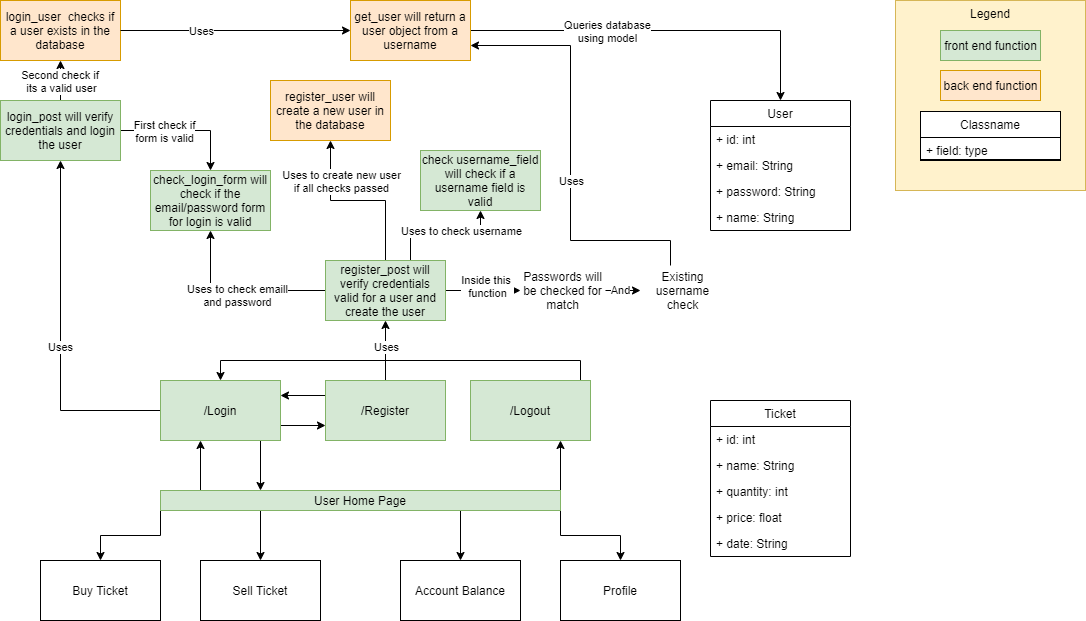
awebsters/SeetGeak-Quality-Assurance-Example keeps this draw.io diagram as Design_Diagram.png. Above is the earlier version. Source tidied: cells renumbered, new cells last; positions are measured from the earlier drawing's top-left corner, leaving out a move shared by most shapes.
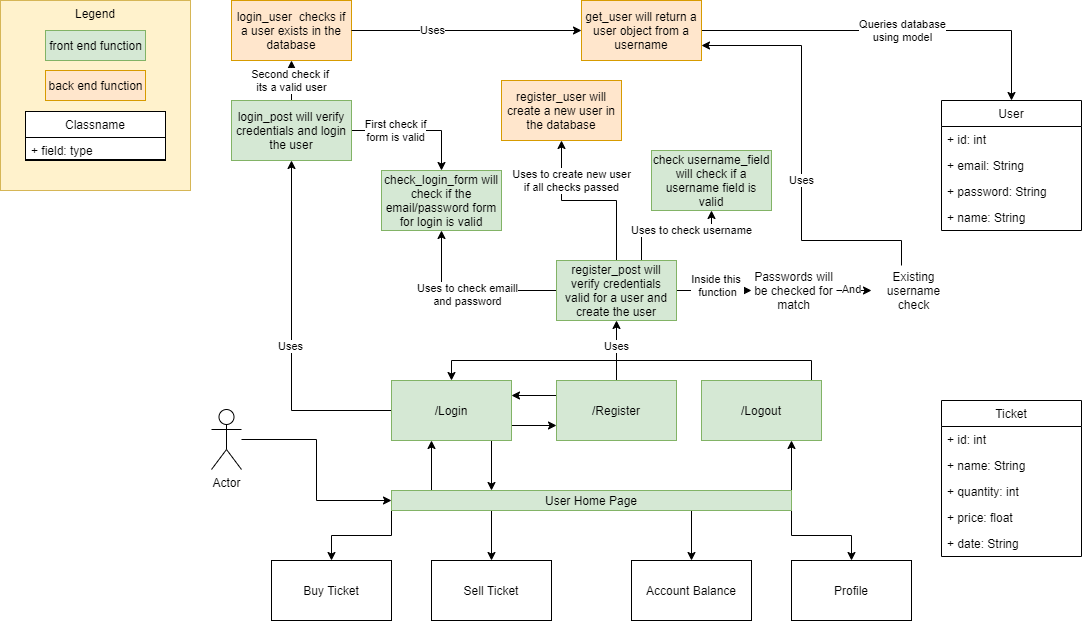
The same file after the commit.

Commit message:
rearranging format

Change to the diagram source:
```diff
@@ -3,10 +3,10 @@
     <mxCell id="0" />
     <mxCell id="1" parent="0" />
     <mxCell id="2" value="Legend" style="rounded=0;whiteSpace=wrap;html=1;fillColor=#fff2cc;strokeColor=#d6b656;verticalAlign=top;" parent="1" vertex="1">
-      <mxGeometry x="895" width="190" height="190" as="geometry" />
+      <mxGeometry x="-231" width="190" height="190" as="geometry" />
     </mxCell>
     <mxCell id="3" style="html=1;" parent="1" vertex="1">
-      <mxGeometry x="920" y="111" width="140" height="49" as="geometry" />
+      <mxGeometry x="-206" y="111" width="140" height="49" as="geometry" />
     </mxCell>
     <mxCell id="4" style="edgeStyle=orthogonalEdgeStyle;rounded=0;jettySize=auto;html=1;exitX=0.25;exitY=0;exitDx=0;exitDy=0;" parent="1" edge="1" source="10" target="15">
       <mxGeometry relative="1" as="geometry">
@@ -123,7 +123,7 @@
     </mxCell>
     <mxCell id="32" value="Queries database&lt;br&gt;using model" style="edgeLabel;html=1;align=center;verticalAlign=middle;" parent="31" vertex="1">
       <mxGeometry x="-0.28" y="4" relative="1" as="geometry">
-        <mxPoint y="4" as="offset" />
+        <mxPoint x="64" y="4" as="offset" />
       </mxGeometry>
     </mxCell>
     <mxCell id="33" value="login_user&amp;nbsp; checks if a user exists in the database" style="rounded=0;whiteSpace=wrap;html=1;fillColor=#ffe6cc;strokeColor=#d79b00;" parent="1" vertex="1">
@@ -177,13 +177,13 @@
       <mxGeometry y="130" width="140" height="26" as="geometry" />
     </mxCell>
     <mxCell id="49" value="front end function" style="html=1;fillColor=#d5e8d4;strokeColor=#82b366;" parent="1" vertex="1">
-      <mxGeometry x="940" y="30" width="100" height="30" as="geometry" />
+      <mxGeometry x="-186" y="30" width="100" height="30" as="geometry" />
     </mxCell>
     <mxCell id="50" value="back end function" style="html=1;fillColor=#ffe6cc;strokeColor=#d79b00;" parent="1" vertex="1">
-      <mxGeometry x="940" y="70" width="100" height="30" as="geometry" />
+      <mxGeometry x="-186" y="70" width="100" height="30" as="geometry" />
     </mxCell>
     <mxCell id="51" value="Classname" style="swimlane;fontStyle=0;horizontal=1;startSize=26;fillColor=none;" parent="1" vertex="1">
-      <mxGeometry x="920" y="111" width="140" height="48" as="geometry" />
+      <mxGeometry x="-206" y="111" width="140" height="48" as="geometry" />
     </mxCell>
     <mxCell id="52" value="+ field: type" style="text;align=left;verticalAlign=top;spacingLeft=4;spacingRight=4;overflow=hidden;fillColor=none;" parent="51" vertex="1">
       <mxGeometry y="26" width="140" height="22" as="geometry" />
@@ -260,5 +260,11 @@
     <mxCell id="69" value="register_user will create a new user in the database" style="rounded=0;whiteSpace=wrap;html=1;fillColor=#ffe6cc;strokeColor=#d79b00;" parent="1" vertex="1">
       <mxGeometry x="270" y="80" width="120" height="60" as="geometry" />
     </mxCell>
+    <mxCell id="70" style="edgeStyle=orthogonalEdgeStyle;rounded=0;jettySize=auto;html=1;entryX=0;entryY=0.5;entryDx=0;entryDy=0;" parent="1" edge="1" source="71" target="10">
+      <mxGeometry relative="1" as="geometry" />
+    </mxCell>
+    <mxCell id="71" value="Actor" style="shape=umlActor;verticalLabelPosition=bottom;verticalAlign=top;html=1;outlineConnect=0;" parent="1" vertex="1">
+      <mxGeometry x="-20" y="409" width="30" height="60" as="geometry" />
+    </mxCell>
   </root>
 </mxGraphModel>
```
